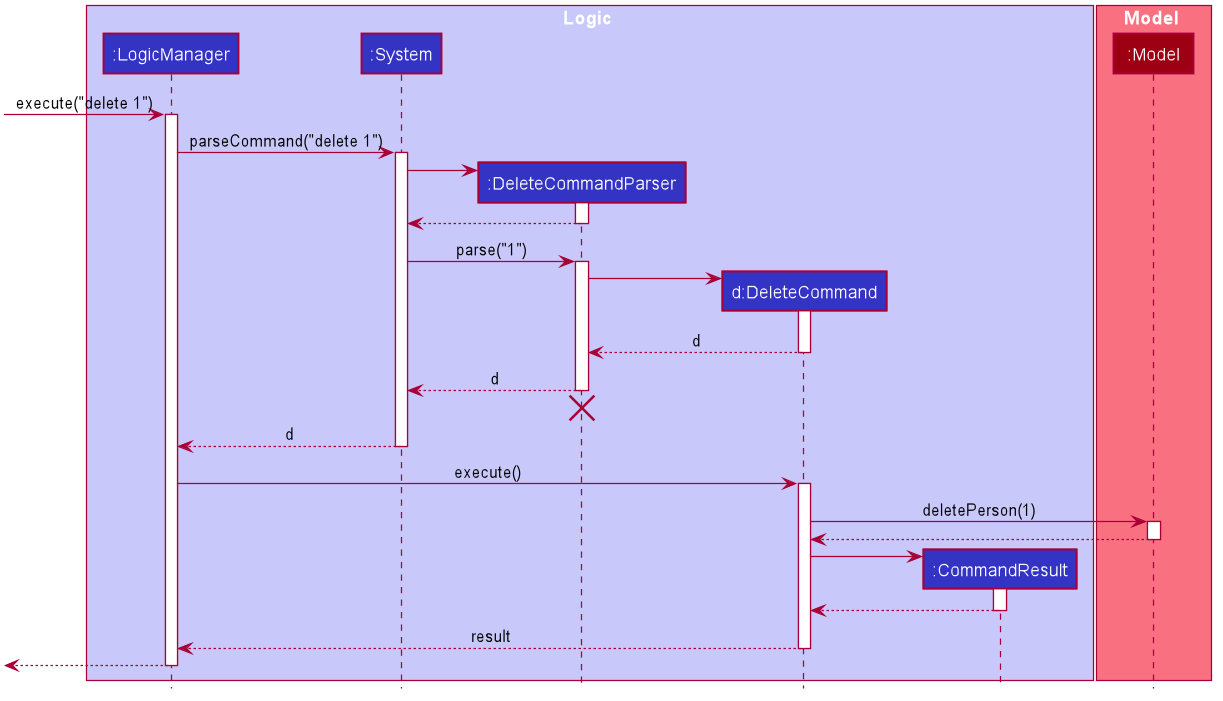
AY1920S1-CS2103-T08-3/main keeps this PlantUML diagram as docs/images/DeleteSequenceDiagram.png. Above is the earlier version. The source it was exported from:
```plantuml
@startuml








skinparam BackgroundColor #FFFFFFF

skinparam Shadowing false

skinparam Class {
    FontColor #FFFFFF
    BorderThickness 1
    BorderColor #FFFFFF
    StereotypeFontColor #FFFFFF
    FontName Arial
}

skinparam Actor {
    BorderColor #000000
    Color #000000
    FontName Arial
}

skinparam Sequence {
    MessageAlign center
    BoxFontSize 15
    BoxPadding 0
    BoxFontColor #FFFFFF
    FontName Arial
}

skinparam Participant {
    FontColor #FFFFFFF
    Padding 20
}

skinparam MinClassWidth 50
skinparam ParticipantPadding 10
skinparam Shadowing false
skinparam DefaultTextAlignment center
skinparam packageStyle Rectangle

hide footbox
hide members
hide circle

box Logic #C8C8FA
participant ":LogicManager" as LogicManager #3333C4
participant ":System" as AddressBookParser #3333C4
participant ":DeleteCommandParser" as DeleteCommandParser #3333C4
participant "d:DeleteCommand" as DeleteCommand #3333C4
participant ":CommandResult" as CommandResult #3333C4
end box

box Model #F97181
participant ":Model" as Model #9D0012
end box

[-> LogicManager : execute("delete 1")
activate LogicManager

LogicManager -> AddressBookParser : parseCommand("delete 1")
activate AddressBookParser

create DeleteCommandParser
AddressBookParser -> DeleteCommandParser
activate DeleteCommandParser

DeleteCommandParser --> AddressBookParser
deactivate DeleteCommandParser

AddressBookParser -> DeleteCommandParser : parse("1")
activate DeleteCommandParser

create DeleteCommand
DeleteCommandParser -> DeleteCommand
activate DeleteCommand

DeleteCommand --> DeleteCommandParser : d
deactivate DeleteCommand

DeleteCommandParser --> AddressBookParser : d
deactivate DeleteCommandParser
DeleteCommandParser -[hidden]-> AddressBookParser
destroy DeleteCommandParser

AddressBookParser --> LogicManager : d
deactivate AddressBookParser

LogicManager -> DeleteCommand : execute()
activate DeleteCommand

DeleteCommand -> Model : deletePerson(1)
activate Model

Model --> DeleteCommand
deactivate Model

create CommandResult
DeleteCommand -> CommandResult
activate CommandResult

CommandResult --> DeleteCommand
deactivate CommandResult

DeleteCommand --> LogicManager : result
deactivate DeleteCommand

[<--LogicManager
deactivate LogicManager
@enduml
```
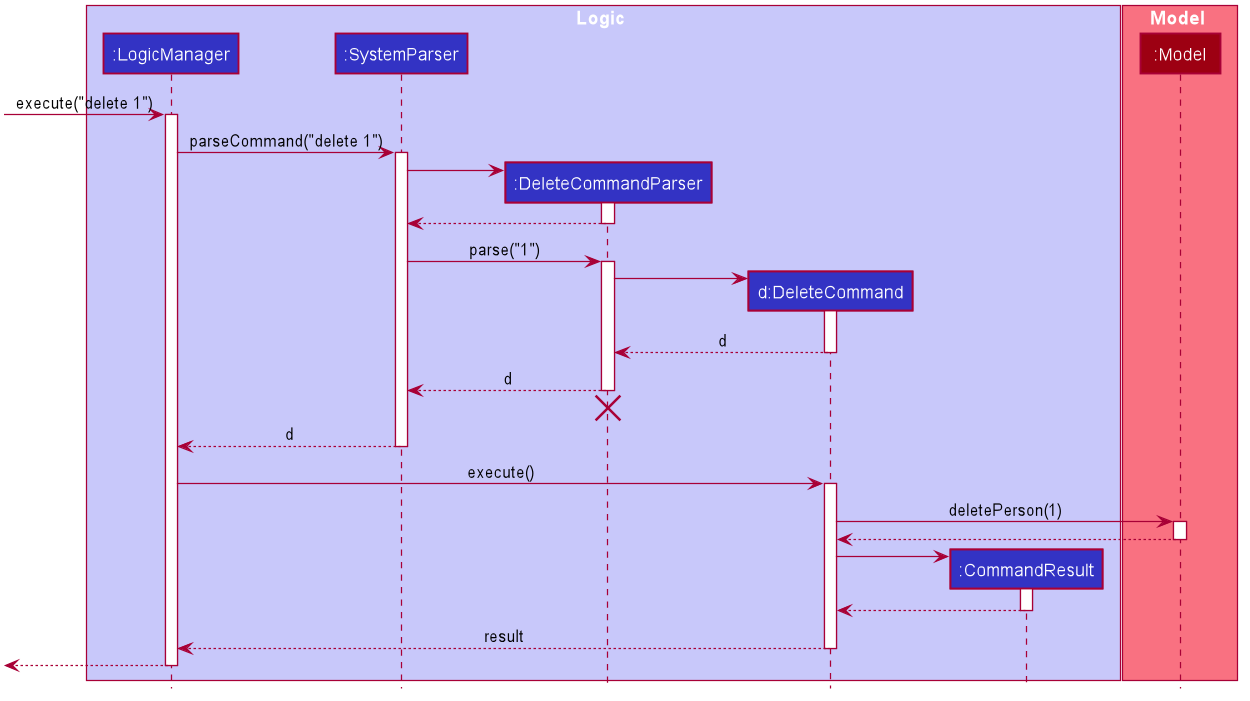
After the commit.

Commit message:
AddressBookParser to SystemParser

The edit, as a diff of the source:
```diff
@@ -50,7 +50,7 @@
 
 box Logic #C8C8FA
 participant ":LogicManager" as LogicManager #3333C4
-participant ":System" as AddressBookParser #3333C4
+participant ":SystemParser" as AddressBookParser #3333C4
 participant ":DeleteCommandParser" as DeleteCommandParser #3333C4
 participant "d:DeleteCommand" as DeleteCommand #3333C4
 participant ":CommandResult" as CommandResult #3333C4
```
